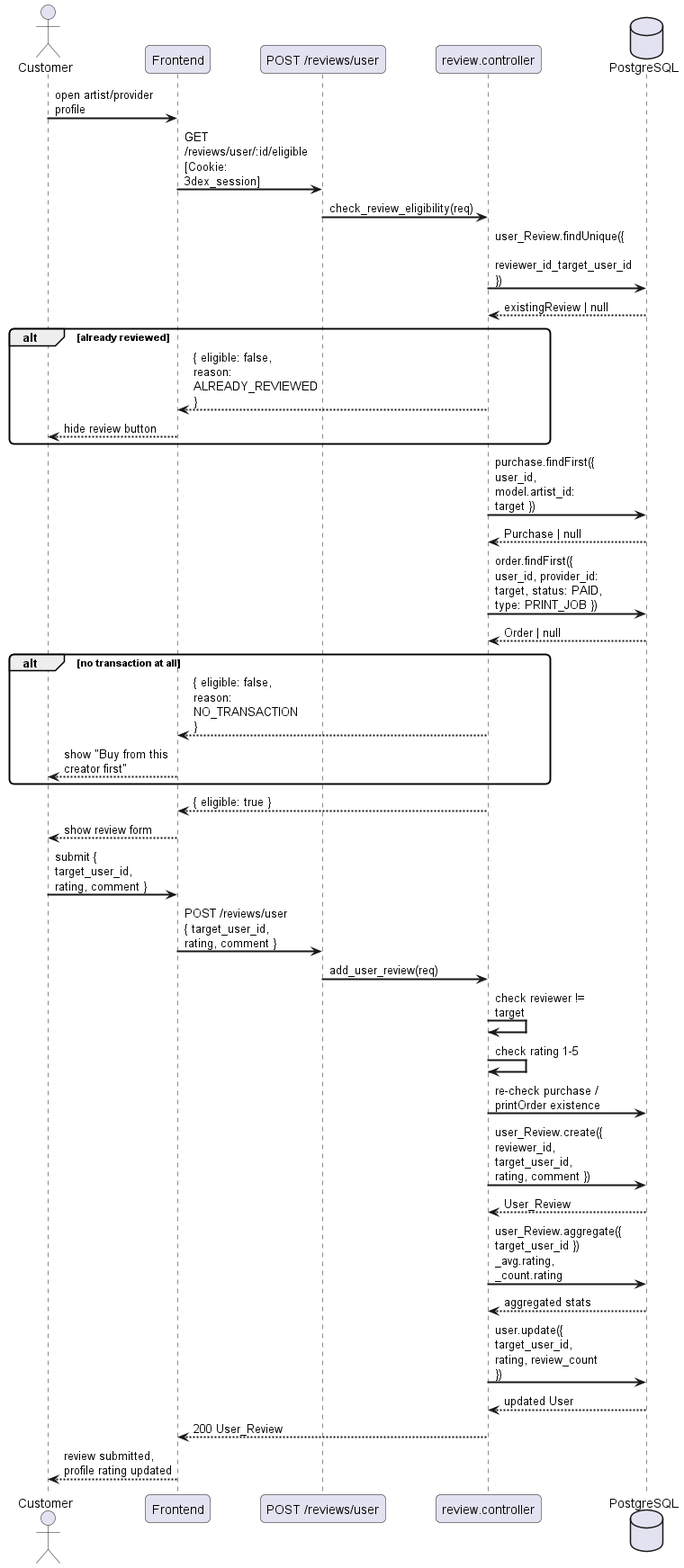
Above: docs/diagrams/exports/sequence/social/sequence_user_review.png in Schryzon/3Dex (PlantUML), before the change.
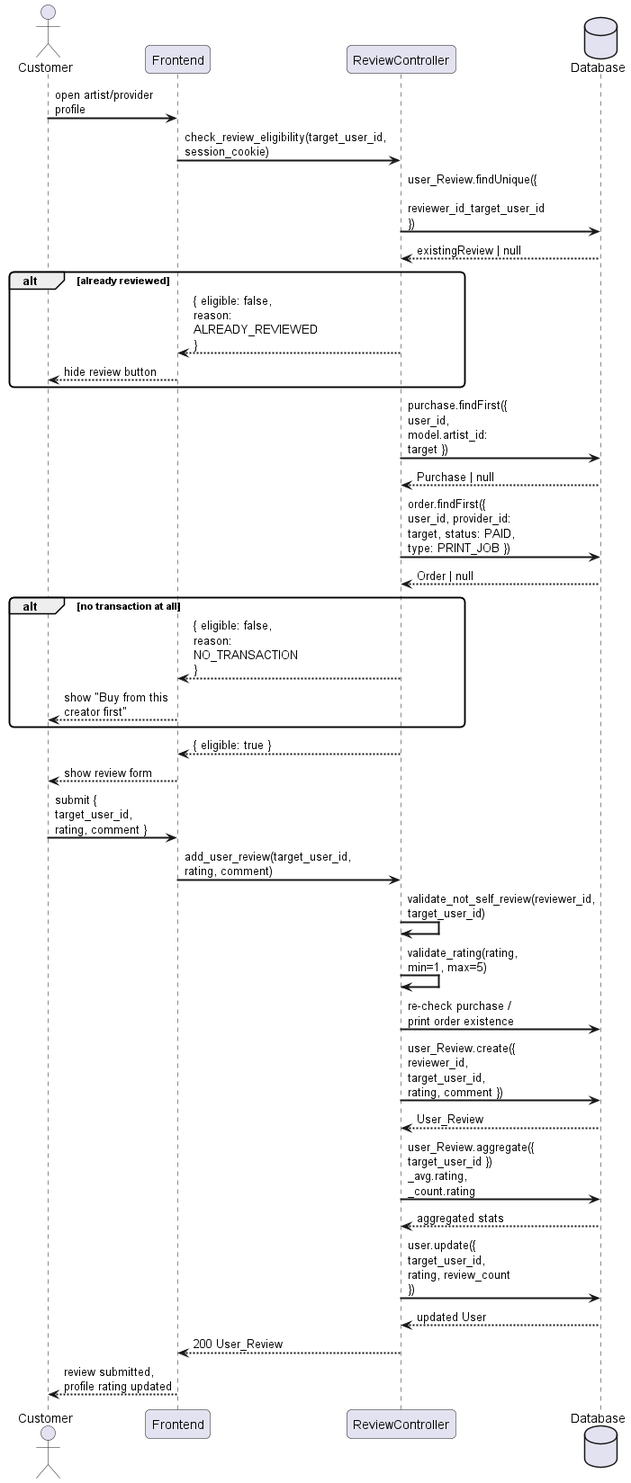
After the commit.

Diff of the diagram source:
```diff
@@ -5,13 +5,11 @@
 
 actor "Customer" as C
 participant "Frontend" as FE
-participant "POST /reviews/user" as API
-participant "review.controller" as RC
-database "PostgreSQL" as DB
+participant "ReviewController" as RC
+database "Database" as DB
 
 C -> FE : open artist/provider profile
-FE -> API : GET /reviews/user/:id/eligible\n[Cookie: 3dex_session]
-API -> RC : check_review_eligibility(req)
+FE -> RC : check_review_eligibility(target_user_id, session_cookie)
 RC -> DB : user_Review.findUnique({\n  reviewer_id_target_user_id })
 DB --> RC : existingReview | null
 alt already reviewed
@@ -30,11 +28,10 @@
 FE --> C : show review form
 
 C -> FE : submit { target_user_id, rating, comment }
-FE -> API : POST /reviews/user\n{ target_user_id, rating, comment }
-API -> RC : add_user_review(req)
-RC -> RC : check reviewer != target
-RC -> RC : check rating 1-5
-RC -> DB : re-check purchase / printOrder existence
+FE -> RC : add_user_review(target_user_id, rating, comment)
+RC -> RC : validate_not_self_review(reviewer_id, target_user_id)
+RC -> RC : validate_rating(rating, min=1, max=5)
+RC -> DB : re-check purchase / print order existence
 RC -> DB : user_Review.create({ reviewer_id, target_user_id, rating, comment })
 DB --> RC : User_Review
 RC -> DB : user_Review.aggregate({ target_user_id })\n_avg.rating, _count.rating
```
